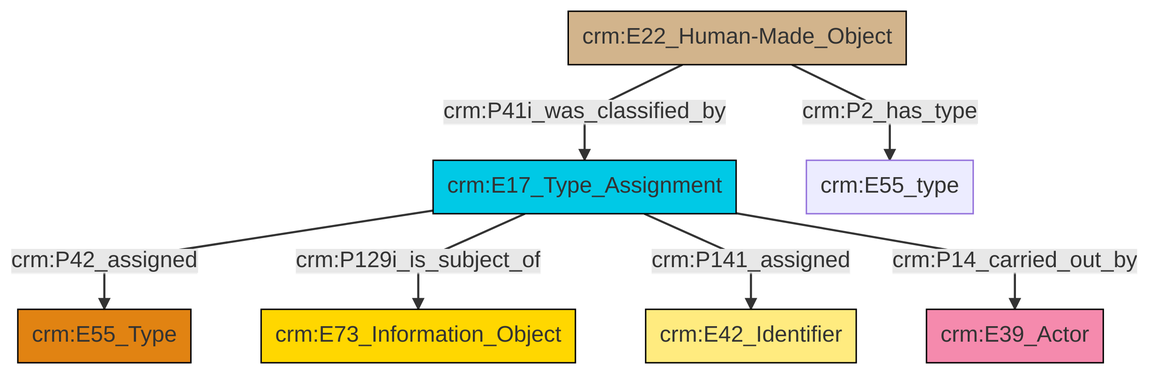
This is et/builtWorkCSV/ttl/mmd/png/Built_Work_designation_status.png from swiss-art-research-net/docs.swissartresearch, a Mermaid export, as it was before one commit. Its source is kept beside it as et/builtWorkCSV/ttl/mmd/Built_Work_designation_status.ttl.mmd. Source of this version:
```mermaid
graph TD
classDef Literal fill:#f2f2f2,stroke:#000000;
classDef CRM_Entity fill:#FFFFFF,stroke:#000000;
classDef Temporal_Entity fill:#00C9E6, stroke:#000000;
classDef Type fill:#E18312, stroke:#000000;
classDef Time-Span fill:#2C9C91, stroke:#000000;
classDef Appellation fill:#FFEB7F, stroke:#000000;
classDef Place fill:#008836, stroke:#000000;
classDef Persistent_Item fill:#B266B2, stroke:#000000;
classDef Conceptual_Object fill:#FFD700, stroke:#000000;
classDef Physical_Thing fill:#D2B48C, stroke:#000000;
classDef Actor fill:#f58aad, stroke:#000000;
classDef PC_Classes fill:#4ce600, stroke:#000000;
classDef Multi fill:#cccccc,stroke:#000000;

0["crm:E22_Human-Made_Object"]:::Physical_Thing -->|crm:P41i_was_classified_by| 1["crm:E17_Type_Assignment"]:::Temporal_Entity
1["crm:E17_Type_Assignment"]:::Temporal_Entity -->|crm:P42_assigned| 5["crm:E55_Type"]:::Type
1["crm:E17_Type_Assignment"]:::Temporal_Entity -->|crm:P129i_is_subject_of| 12["crm:E73_Information_Object"]:::Conceptual_Object
1["crm:E17_Type_Assignment"]:::Temporal_Entity -->|crm:P141_assigned| 2["crm:E42_Identifier"]:::Appellation
0["crm:E22_Human-Made_Object"]:::Physical_Thing -->|crm:P2_has_type| 10["crm:E55_type"]:::Default
1["crm:E17_Type_Assignment"]:::Temporal_Entity -->|crm:P14_carried_out_by| 8["crm:E39_Actor"]:::Actor
```
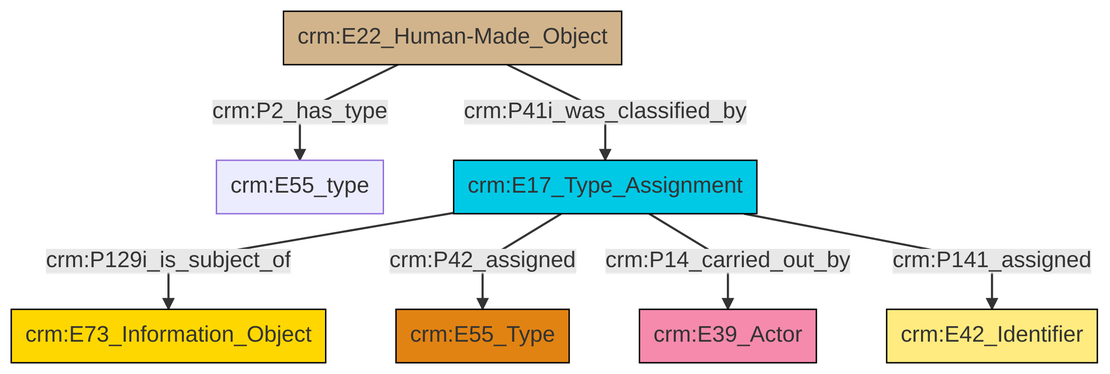
Later version of the same file.

The edit, as a diff of the source:
```diff
@@ -13,9 +13,9 @@
 classDef PC_Classes fill:#4ce600, stroke:#000000;
 classDef Multi fill:#cccccc,stroke:#000000;
 
-0["crm:E22_Human-Made_Object"]:::Physical_Thing -->|crm:P41i_was_classified_by| 1["crm:E17_Type_Assignment"]:::Temporal_Entity
-1["crm:E17_Type_Assignment"]:::Temporal_Entity -->|crm:P42_assigned| 5["crm:E55_Type"]:::Type
-1["crm:E17_Type_Assignment"]:::Temporal_Entity -->|crm:P129i_is_subject_of| 12["crm:E73_Information_Object"]:::Conceptual_Object
-1["crm:E17_Type_Assignment"]:::Temporal_Entity -->|crm:P141_assigned| 2["crm:E42_Identifier"]:::Appellation
-0["crm:E22_Human-Made_Object"]:::Physical_Thing -->|crm:P2_has_type| 10["crm:E55_type"]:::Default
-1["crm:E17_Type_Assignment"]:::Temporal_Entity -->|crm:P14_carried_out_by| 8["crm:E39_Actor"]:::Actor
+4["crm:E17_Type_Assignment"]:::Temporal_Entity -->|crm:P129i_is_subject_of| 0["crm:E73_Information_Object"]:::Conceptual_Object
+9["crm:E22_Human-Made_Object"]:::Physical_Thing -->|crm:P2_has_type| 2["crm:E55_type"]:::Default
+4["crm:E17_Type_Assignment"]:::Temporal_Entity -->|crm:P42_assigned| 6["crm:E55_Type"]:::Type
+4["crm:E17_Type_Assignment"]:::Temporal_Entity -->|crm:P14_carried_out_by| 10["crm:E39_Actor"]:::Actor
+9["crm:E22_Human-Made_Object"]:::Physical_Thing -->|crm:P41i_was_classified_by| 4["crm:E17_Type_Assignment"]:::Temporal_Entity
+4["crm:E17_Type_Assignment"]:::Temporal_Entity -->|crm:P141_assigned| 12["crm:E42_Identifier"]:::Appellation
```
